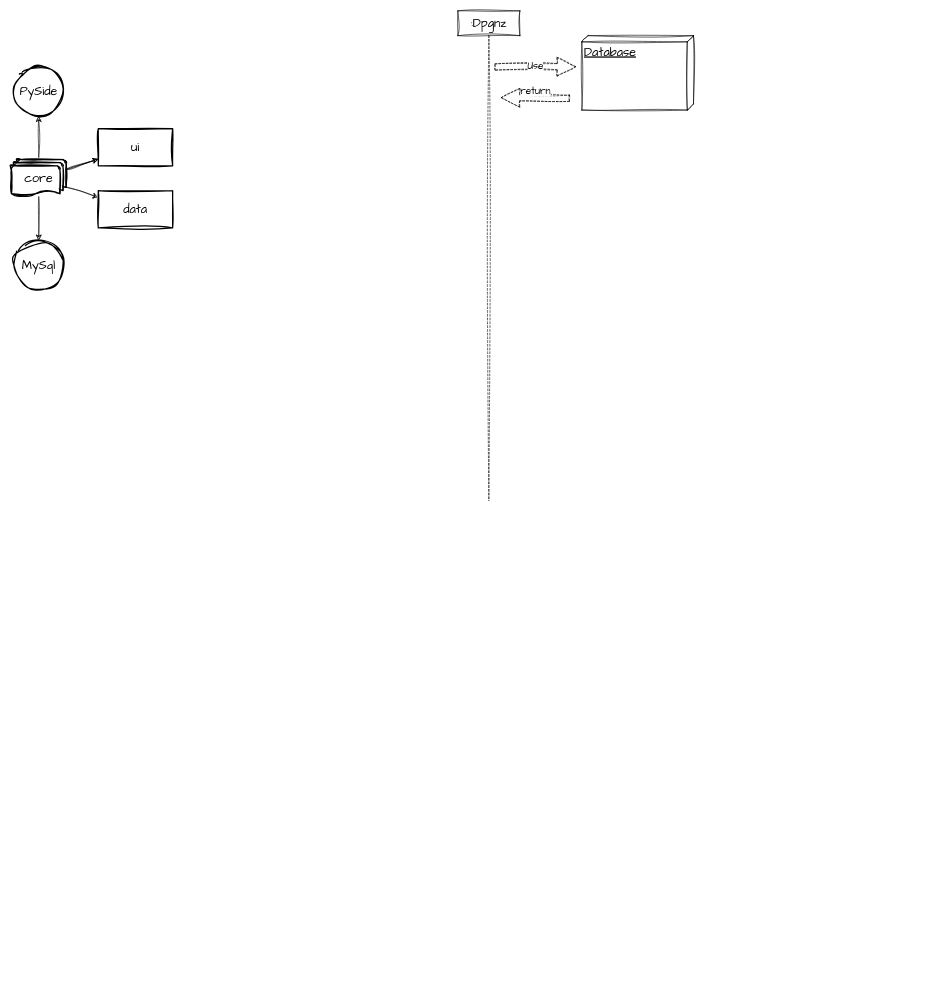
Leoioz/dpgnz keeps this draw.io diagram as Draw.io/dpgnz.drawio. Above is the earlier version. Source tidied: cells renumbered, new cells numbered last; positions are measured from the earlier drawing's top-left corner, leaving out a move shared by most shapes. Both pictures are drawn from the tidied source at 62%, with x=0, y=0 at pixel (11, 11).
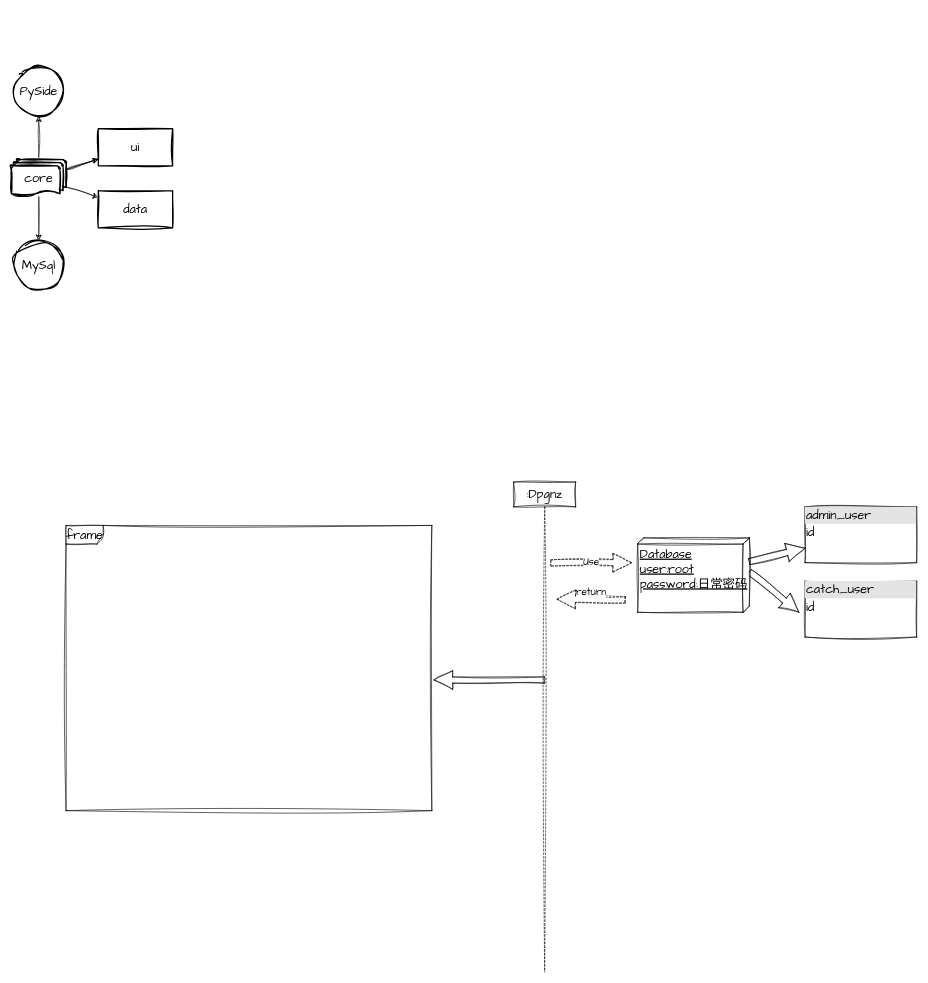
Above is the later version.

Diff of the diagram source:
```diff
@@
+    <mxCell id="17" style="edgeStyle=none;shape=arrow;sketch=1;hachureGap=4;jiggle=2;curveFitting=1;html=1;entryX=1.006;entryY=0.542;entryDx=0;entryDy=0;entryPerimeter=0;fontFamily=Architects Daughter;fontSize=16;" parent="1" edge="1" source="13" target="22">
+      <mxGeometry relative="1" as="geometry" />
+    </mxCell>
     <mxCell id="13" value=":Dpgnz" style="shape=umlLifeline;perimeter=lifelinePerimeter;whiteSpace=wrap;html=1;outlineConnect=0;sketch=1;hachureGap=4;jiggle=2;curveFitting=1;fontFamily=Architects Daughter;fontSize=20;" parent="1" vertex="1">
-      <mxGeometry x="720" width="100" height="790" as="geometry" />
+      <mxGeometry x="810" y="760" width="100" height="790" as="geometry" />
     </mxCell>
+    <mxCell id="16" value="Use" style="endArrow=open;endSize=12;dashed=1;html=1;sketch=1;hachureGap=4;jiggle=2;curveFitting=1;fontFamily=Architects Daughter;fontSize=16;shape=arrow;" parent="13" edge="1">
+      <mxGeometry relative="1" as="geometry">
+        <mxPoint x="60" y="130.5" as="sourcePoint" />
+        <mxPoint x="190" y="130" as="targetPoint" />
+      </mxGeometry>
+    </mxCell>
+    <mxCell id="18" style="edgeStyle=none;shape=arrow;sketch=1;hachureGap=4;jiggle=2;curveFitting=1;html=1;fontFamily=Architects Daughter;fontSize=16;" parent="1" edge="1" source="14" target="20">
+      <mxGeometry relative="1" as="geometry" />
+    </mxCell>
+    <mxCell id="19" style="edgeStyle=none;shape=arrow;sketch=1;hachureGap=4;jiggle=2;curveFitting=1;html=1;exitX=0;exitY=0;exitDx=55;exitDy=0;exitPerimeter=0;fontFamily=Architects Daughter;fontSize=16;" parent="1" edge="1" source="14">
+      <mxGeometry relative="1" as="geometry">
+        <mxPoint x="1270" y="970" as="targetPoint" />
+      </mxGeometry>
+    </mxCell>
-    <mxCell id="14" value="Database" style="verticalAlign=top;align=left;spacingTop=8;spacingLeft=2;spacingRight=12;shape=cube;size=10;direction=south;fontStyle=4;html=1;sketch=1;hachureGap=4;jiggle=2;curveFitting=1;fontFamily=Architects Daughter;fontSize=20;" parent="1" vertex="1">
-      <mxGeometry x="920" y="40" width="180" height="120" as="geometry" />
+    <mxCell id="14" value="Database&lt;br&gt;user:root&lt;br&gt;password:日常密码" style="verticalAlign=top;align=left;spacingTop=8;spacingLeft=2;spacingRight=12;shape=cube;size=10;direction=south;fontStyle=4;html=1;sketch=1;hachureGap=4;jiggle=2;curveFitting=1;fontFamily=Architects Daughter;fontSize=20;" parent="1" vertex="1">
+      <mxGeometry x="1010" y="850" width="180" height="120" as="geometry" />
     </mxCell>
     <mxCell id="15" value="return" style="html=1;verticalAlign=bottom;endArrow=open;dashed=1;endSize=8;sketch=1;hachureGap=4;jiggle=2;curveFitting=1;fontFamily=Architects Daughter;fontSize=16;shape=arrow;" parent="1" edge="1">
       <mxGeometry relative="1" as="geometry">
-        <mxPoint x="900" y="141" as="sourcePoint" />
-        <mxPoint x="790" y="140" as="targetPoint" />
+        <mxPoint x="990" y="950" as="sourcePoint" />
+        <mxPoint x="880" y="949" as="targetPoint" />
       </mxGeometry>
     </mxCell>
-    <mxCell id="16" value="Use" style="endArrow=open;endSize=12;dashed=1;html=1;sketch=1;hachureGap=4;jiggle=2;curveFitting=1;fontFamily=Architects Daughter;fontSize=16;shape=arrow;" parent="1" edge="1">
-      <mxGeometry relative="1" as="geometry">
-        <mxPoint x="780" y="90.5" as="sourcePoint" />
-        <mxPoint x="910" y="90" as="targetPoint" />
-      </mxGeometry>
-    </mxCell>
+    <mxCell id="20" value="&lt;div style=&quot;box-sizing:border-box;width:100%;background:#e4e4e4;padding:2px;&quot;&gt;admin_user&lt;/div&gt;&lt;table style=&quot;width:100%;font-size:1em;&quot; cellpadding=&quot;2&quot; cellspacing=&quot;0&quot;&gt;&lt;tbody&gt;&lt;tr&gt;&lt;td&gt;id&lt;br&gt;&lt;/td&gt;&lt;td&gt;&lt;br&gt;&lt;/td&gt;&lt;/tr&gt;&lt;/tbody&gt;&lt;/table&gt;" style="verticalAlign=top;align=left;overflow=fill;html=1;sketch=1;hachureGap=4;jiggle=2;curveFitting=1;fontFamily=Architects Daughter;fontSize=20;" parent="1" vertex="1">
+      <mxGeometry x="1280" y="800" width="180" height="90" as="geometry" />
+    </mxCell>
+    <mxCell id="21" value="&lt;div style=&quot;box-sizing:border-box;width:100%;background:#e4e4e4;padding:2px;&quot;&gt;catch_user&lt;/div&gt;&lt;table style=&quot;width:100%;font-size:1em;&quot; cellpadding=&quot;2&quot; cellspacing=&quot;0&quot;&gt;&lt;tbody&gt;&lt;tr&gt;&lt;td&gt;id&lt;/td&gt;&lt;td&gt;&lt;br&gt;&lt;/td&gt;&lt;/tr&gt;&lt;/tbody&gt;&lt;/table&gt;" style="verticalAlign=top;align=left;overflow=fill;html=1;sketch=1;hachureGap=4;jiggle=2;curveFitting=1;fontFamily=Architects Daughter;fontSize=20;" parent="1" vertex="1">
+      <mxGeometry x="1280" y="920" width="180" height="90" as="geometry" />
+    </mxCell>
+    <mxCell id="22" value="frame" style="shape=umlFrame;whiteSpace=wrap;html=1;sketch=1;hachureGap=4;jiggle=2;curveFitting=1;fontFamily=Architects Daughter;fontSize=20;" parent="1" vertex="1">
+      <mxGeometry x="88" y="830" width="590" height="460" as="geometry" />
+    </mxCell>
```
